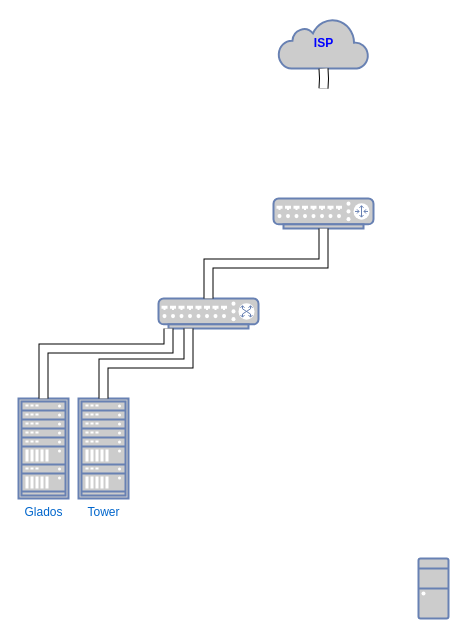
The draw.io diagram Network.drawio in SMGLarsen/gitPractice, before the edit. Source tidied: cells renumbered, new cells numbered last; positions are measured from the earlier drawing's top-left corner, leaving out a move shared by most shapes. Both pictures are drawn from the tidied source at 100%, with x=0, y=0 at pixel (18, 18).
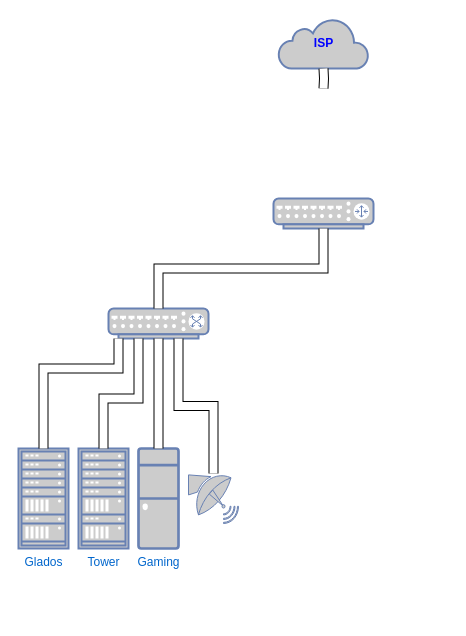
Above is the later version.

What changed in the source:
```diff
@@
 <mxGraphModel>
   <root>
     <mxCell id="0" />
     <mxCell id="1" parent="0" />
     <mxCell id="2" value="&lt;b style=&quot;&quot;&gt;&lt;font color=&quot;#0000ff&quot;&gt;ISP&lt;/font&gt;&lt;/b&gt;" style="html=1;outlineConnect=0;fillColor=#CCCCCC;strokeColor=#6881B3;gradientColor=none;gradientDirection=north;strokeWidth=2;shape=mxgraph.networks.cloud;fontColor=#ffffff;" parent="1" vertex="1">
       <mxGeometry x="260" width="90" height="50" as="geometry" />
     </mxCell>
     <mxCell id="3" style="shape=filledEdge;curved=0;rounded=0;fixDash=1;endArrow=none;strokeWidth=10;fillColor=#ffffff;edgeStyle=orthogonalEdgeStyle;html=1;entryX=0.5;entryY=1;entryDx=0;entryDy=0;entryPerimeter=0;exitX=0.5;exitY=0;exitDx=0;exitDy=0;exitPerimeter=0;" parent="1" edge="1" target="2">
       <mxGeometry relative="1" as="geometry">
         <mxPoint x="305" y="70" as="sourcePoint" />
       </mxGeometry>
     </mxCell>
     <mxCell id="4" style="fontColor=#0066CC;verticalAlign=top;verticalLabelPosition=bottom;labelPosition=center;align=center;html=1;outlineConnect=0;fillColor=#CCCCCC;strokeColor=#6881B3;gradientColor=none;gradientDirection=north;strokeWidth=2;shape=mxgraph.networks.router;" parent="1" vertex="1">
       <mxGeometry x="255" y="180" width="100" height="30" as="geometry" />
     </mxCell>
     <mxCell id="5" style="fontColor=#0066CC;verticalAlign=top;verticalLabelPosition=bottom;labelPosition=center;align=center;html=1;outlineConnect=0;fillColor=#CCCCCC;strokeColor=#6881B3;gradientColor=none;gradientDirection=north;strokeWidth=2;shape=mxgraph.networks.switch;points=[[0,0.5,0,0,0],[0.05,0.05,0,0,0],[0.1,1,0,0,0],[0.3,1,0,0,0],[0.5,0,0,0,0],[0.5,1,0,0,0],[0.7,1,0,0,0],[0.9,1,0,0,0],[0.95,0.05,0,0,0],[1,0.5,0,0,0]];" parent="1" vertex="1">
-      <mxGeometry x="140" y="280" width="100" height="30" as="geometry" />
+      <mxGeometry x="90" y="290" width="100" height="30" as="geometry" />
     </mxCell>
     <mxCell id="6" style="shape=filledEdge;curved=0;rounded=0;fixDash=1;endArrow=none;strokeWidth=10;fillColor=#ffffff;edgeStyle=orthogonalEdgeStyle;html=1;entryX=0.5;entryY=1;entryDx=0;entryDy=0;entryPerimeter=0;exitX=0.5;exitY=0;exitDx=0;exitDy=0;exitPerimeter=0;" parent="1" edge="1" source="5" target="4">
       <mxGeometry relative="1" as="geometry" />
     </mxCell>
-    <mxCell id="7" style="fontColor=#0066CC;verticalAlign=top;verticalLabelPosition=bottom;labelPosition=center;align=center;html=1;outlineConnect=0;fillColor=#CCCCCC;strokeColor=#6881B3;gradientColor=none;gradientDirection=north;strokeWidth=2;shape=mxgraph.networks.desktop_pc;" parent="1" vertex="1">
-      <mxGeometry x="400" y="540" width="30" height="60" as="geometry" />
+    <mxCell id="7" value="Gaming" style="fontColor=#0066CC;verticalAlign=top;verticalLabelPosition=bottom;labelPosition=center;align=center;html=1;outlineConnect=0;fillColor=#CCCCCC;strokeColor=#6881B3;gradientColor=none;gradientDirection=north;strokeWidth=2;shape=mxgraph.networks.desktop_pc;" parent="1" vertex="1">
+      <mxGeometry x="120" y="430" width="40" height="100" as="geometry" />
     </mxCell>
     <mxCell id="8" value="Tower" style="fontColor=#0066CC;verticalAlign=top;verticalLabelPosition=bottom;labelPosition=center;align=center;html=1;outlineConnect=0;fillColor=#CCCCCC;strokeColor=#6881B3;gradientColor=none;gradientDirection=north;strokeWidth=2;shape=mxgraph.networks.rack;" parent="1" vertex="1">
-      <mxGeometry x="60" y="380" width="50" height="100" as="geometry" />
+      <mxGeometry x="60" y="430" width="50" height="100" as="geometry" />
     </mxCell>
     <mxCell id="9" value="Glados" style="fontColor=#0066CC;verticalAlign=top;verticalLabelPosition=bottom;labelPosition=center;align=center;html=1;outlineConnect=0;fillColor=#CCCCCC;strokeColor=#6881B3;gradientColor=none;gradientDirection=north;strokeWidth=2;shape=mxgraph.networks.rack;" parent="1" vertex="1">
-      <mxGeometry y="380" width="50" height="100" as="geometry" />
+      <mxGeometry y="430" width="50" height="100" as="geometry" />
     </mxCell>
     <mxCell id="10" style="shape=filledEdge;curved=0;rounded=0;fixDash=1;endArrow=none;strokeWidth=10;fillColor=#ffffff;edgeStyle=orthogonalEdgeStyle;html=1;entryX=0.5;entryY=0;entryDx=0;entryDy=0;entryPerimeter=0;exitX=0.1;exitY=1;exitDx=0;exitDy=0;exitPerimeter=0;" parent="1" edge="1" source="5" target="9">
       <mxGeometry relative="1" as="geometry">
         <Array as="points">
-          <mxPoint x="150" y="330" />
-          <mxPoint x="25" y="330" />
+          <mxPoint x="100" y="350" />
+          <mxPoint x="25" y="350" />
         </Array>
       </mxGeometry>
     </mxCell>
     <mxCell id="11" style="shape=filledEdge;curved=0;rounded=0;fixDash=1;endArrow=none;strokeWidth=10;fillColor=#ffffff;edgeStyle=orthogonalEdgeStyle;html=1;entryX=0.3;entryY=1;entryDx=0;entryDy=0;entryPerimeter=0;exitX=0.5;exitY=0;exitDx=0;exitDy=0;exitPerimeter=0;" parent="1" edge="1" source="8" target="5">
-      <mxGeometry relative="1" as="geometry" />
+      <mxGeometry relative="1" as="geometry">
+        <Array as="points">
+          <mxPoint x="85" y="380" />
+          <mxPoint x="120" y="380" />
+        </Array>
+      </mxGeometry>
     </mxCell>
+    <mxCell id="12" style="shape=filledEdge;curved=0;rounded=0;fixDash=1;endArrow=none;strokeWidth=10;fillColor=#ffffff;edgeStyle=orthogonalEdgeStyle;html=1;exitX=0.5;exitY=0;exitDx=0;exitDy=0;exitPerimeter=0;entryX=0.5;entryY=1;entryDx=0;entryDy=0;entryPerimeter=0;" parent="1" edge="1" source="7" target="5">
+      <mxGeometry relative="1" as="geometry" />
+    </mxCell>
+    <mxCell id="13" style="fontColor=#0066CC;verticalAlign=top;verticalLabelPosition=bottom;labelPosition=center;align=center;html=1;outlineConnect=0;fillColor=#CCCCCC;strokeColor=#6881B3;gradientColor=none;gradientDirection=north;strokeWidth=2;shape=mxgraph.networks.satellite_dish;rotation=90;" parent="1" vertex="1">
+      <mxGeometry x="170" y="455" width="50" height="50" as="geometry" />
+    </mxCell>
+    <mxCell id="14" style="shape=filledEdge;curved=0;rounded=0;fixDash=1;endArrow=none;strokeWidth=10;fillColor=#ffffff;edgeStyle=orthogonalEdgeStyle;html=1;entryX=0.7;entryY=1;entryDx=0;entryDy=0;entryPerimeter=0;" parent="1" edge="1" source="13" target="5">
+      <mxGeometry relative="1" as="geometry" />
+    </mxCell>
   </root>
 </mxGraphModel>
```
